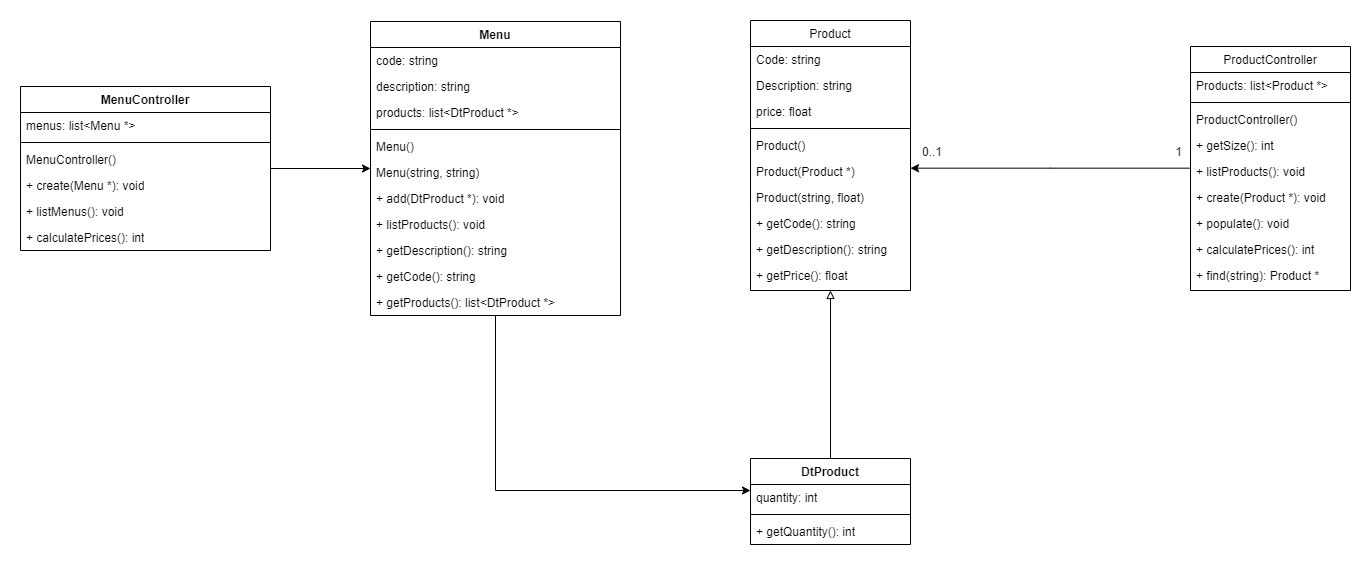
Earlier version of the draw.io export lab3/Doc/Lab3ProgAvanzada.drawio.png (Elias288/Programacion_avanzada_cplusplus). Source tidied: cells renumbered, new cells last; positions are measured from the earlier drawing's top-left corner, leaving out a move shared by most shapes.
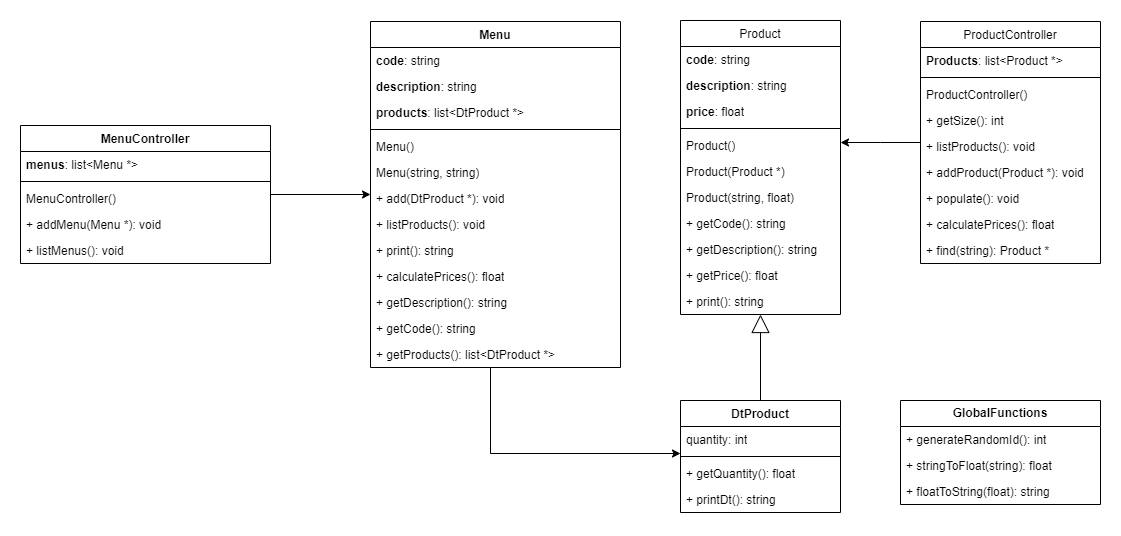
The same file after the commit.

Diff of the diagram source:
```diff
@@ -3,17 +3,17 @@
     <mxCell id="0" />
     <mxCell id="1" parent="0" />
     <mxCell id="2" value="Product" style="swimlane;fontStyle=0;align=center;verticalAlign=top;horizontal=1;startSize=26;rounded=0;shadow=0;strokeWidth=1;" parent="1" vertex="1">
-      <mxGeometry x="730" width="160" height="270" as="geometry" />
+      <mxGeometry x="750" width="160" height="294" as="geometry" />
     </mxCell>
-    <mxCell id="3" value="Code: string" style="text;align=left;verticalAlign=top;spacingLeft=4;spacingRight=4;overflow=hidden;" parent="2" vertex="1">
-      <mxGeometry y="26" width="160" height="26" as="geometry" />
-    </mxCell>
-    <mxCell id="4" value="Description: string" style="text;align=left;verticalAlign=top;spacingLeft=4;spacingRight=4;overflow=hidden;rounded=0;shadow=0;html=0;" parent="2" vertex="1">
-      <mxGeometry y="52" width="160" height="26" as="geometry" />
-    </mxCell>
-    <mxCell id="5" value="price: float" style="text;align=left;verticalAlign=top;spacingLeft=4;spacingRight=4;overflow=hidden;rounded=0;shadow=0;html=0;" parent="2" vertex="1">
-      <mxGeometry y="78" width="160" height="26" as="geometry" />
-    </mxCell>
+    <mxCell id="52" value="&lt;b&gt;code&lt;/b&gt;: string" style="text;strokeColor=none;fillColor=none;align=left;verticalAlign=top;spacingLeft=4;spacingRight=4;overflow=hidden;whiteSpace=wrap;html=1;" parent="2" vertex="1">
+      <mxGeometry y="26" width="160" height="26" as="geometry" />
+    </mxCell>
+    <mxCell id="53" value="&lt;b&gt;description&lt;/b&gt;: string" style="text;strokeColor=none;fillColor=none;align=left;verticalAlign=top;spacingLeft=4;spacingRight=4;overflow=hidden;whiteSpace=wrap;html=1;" parent="2" vertex="1">
+      <mxGeometry y="52" width="160" height="26" as="geometry" />
+    </mxCell>
+    <mxCell id="54" value="&lt;b&gt;price&lt;/b&gt;: float" style="text;strokeColor=none;fillColor=none;align=left;verticalAlign=top;spacingLeft=4;spacingRight=4;overflow=hidden;whiteSpace=wrap;html=1;" parent="2" vertex="1">
+      <mxGeometry y="78" width="160" height="26" as="geometry" />
+    </mxCell>
     <mxCell id="6" style="line;html=1;strokeWidth=1;align=left;verticalAlign=middle;spacingTop=-1;spacingLeft=3;spacingRight=3;labelPosition=right;" parent="2" vertex="1">
       <mxGeometry y="104" width="160" height="8" as="geometry" />
     </mxCell>
@@ -35,68 +35,61 @@
     <mxCell id="12" value="&lt;span style=&quot;text-wrap: nowrap;&quot;&gt;+&amp;nbsp;&lt;/span&gt;getPrice(): float" style="text;strokeColor=none;fillColor=none;align=left;verticalAlign=top;spacingLeft=4;spacingRight=4;overflow=hidden;whiteSpace=wrap;html=1;" parent="2" vertex="1">
       <mxGeometry y="242" width="160" height="26" as="geometry" />
     </mxCell>
+    <mxCell id="55" value="+ print(): string" style="text;strokeColor=none;fillColor=none;align=left;verticalAlign=top;spacingLeft=4;spacingRight=4;overflow=hidden;whiteSpace=wrap;html=1;" parent="2" vertex="1">
+      <mxGeometry y="268" width="160" height="26" as="geometry" />
+    </mxCell>
     <mxCell id="13" value="ProductController" style="swimlane;fontStyle=0;align=center;verticalAlign=top;horizontal=1;startSize=26;rounded=0;shadow=0;strokeWidth=1;" parent="1" vertex="1">
-      <mxGeometry x="1170" y="26" width="160" height="244" as="geometry" />
+      <mxGeometry x="990" y="1" width="180" height="242" as="geometry" />
     </mxCell>
-    <mxCell id="14" value="Products: list&lt;Product *&gt;" style="text;align=left;verticalAlign=top;spacingLeft=4;spacingRight=4;overflow=hidden;" parent="13" vertex="1">
-      <mxGeometry y="26" width="160" height="26" as="geometry" />
-    </mxCell>
+    <mxCell id="56" value="&lt;span style=&quot;font-weight: 700; text-wrap: nowrap;&quot;&gt;Products&lt;/span&gt;&lt;span style=&quot;text-wrap: nowrap;&quot;&gt;: list&amp;lt;Product *&amp;gt;&lt;/span&gt;" style="text;strokeColor=none;fillColor=none;align=left;verticalAlign=top;spacingLeft=4;spacingRight=4;overflow=hidden;whiteSpace=wrap;html=1;" parent="13" vertex="1">
+      <mxGeometry y="26" width="180" height="26" as="geometry" />
+    </mxCell>
     <mxCell id="15" style="line;html=1;strokeWidth=1;align=left;verticalAlign=middle;spacingTop=-1;spacingLeft=3;spacingRight=3;labelPosition=right;" parent="13" vertex="1">
-      <mxGeometry y="52" width="160" height="8" as="geometry" />
+      <mxGeometry y="52" width="180" height="8" as="geometry" />
     </mxCell>
     <mxCell id="16" value="ProductController()" style="text;align=left;verticalAlign=top;spacingLeft=4;spacingRight=4;overflow=hidden;" parent="13" vertex="1">
-      <mxGeometry y="60" width="160" height="26" as="geometry" />
+      <mxGeometry y="60" width="180" height="26" as="geometry" />
     </mxCell>
     <mxCell id="17" value="+ getSize(): int" style="text;align=left;verticalAlign=top;spacingLeft=4;spacingRight=4;overflow=hidden;" parent="13" vertex="1">
-      <mxGeometry y="86" width="160" height="26" as="geometry" />
+      <mxGeometry y="86" width="180" height="26" as="geometry" />
     </mxCell>
     <mxCell id="18" value="+ listProducts(): void" style="text;align=left;verticalAlign=top;spacingLeft=4;spacingRight=4;overflow=hidden;rounded=0;shadow=0;html=0;" parent="13" vertex="1">
-      <mxGeometry y="112" width="160" height="26" as="geometry" />
+      <mxGeometry y="112" width="180" height="26" as="geometry" />
     </mxCell>
-    <mxCell id="19" value="&lt;span style=&quot;text-wrap: nowrap;&quot;&gt;+&amp;nbsp;&lt;/span&gt;create(Product *): void" style="text;strokeColor=none;fillColor=none;align=left;verticalAlign=top;spacingLeft=4;spacingRight=4;overflow=hidden;whiteSpace=wrap;html=1;" parent="13" vertex="1">
-      <mxGeometry y="138" width="160" height="26" as="geometry" />
+    <mxCell id="19" value="&lt;span style=&quot;text-wrap: nowrap;&quot;&gt;+ addProduct&lt;/span&gt;(Product *): void" style="text;strokeColor=none;fillColor=none;align=left;verticalAlign=top;spacingLeft=4;spacingRight=4;overflow=hidden;whiteSpace=wrap;html=1;" parent="13" vertex="1">
+      <mxGeometry y="138" width="180" height="26" as="geometry" />
     </mxCell>
     <mxCell id="20" value="&lt;span style=&quot;text-wrap: nowrap;&quot;&gt;+&amp;nbsp;&lt;/span&gt;populate(): void" style="text;strokeColor=none;fillColor=none;align=left;verticalAlign=top;spacingLeft=4;spacingRight=4;overflow=hidden;whiteSpace=wrap;html=1;" parent="13" vertex="1">
-      <mxGeometry y="164" width="160" height="26" as="geometry" />
+      <mxGeometry y="164" width="180" height="26" as="geometry" />
     </mxCell>
-    <mxCell id="21" value="&lt;span style=&quot;text-wrap: nowrap;&quot;&gt;+&amp;nbsp;&lt;/span&gt;calculatePrices(): int" style="text;strokeColor=none;fillColor=none;align=left;verticalAlign=top;spacingLeft=4;spacingRight=4;overflow=hidden;whiteSpace=wrap;html=1;" parent="13" vertex="1">
-      <mxGeometry y="190" width="160" height="26" as="geometry" />
+    <mxCell id="21" value="&lt;span style=&quot;text-wrap: nowrap;&quot;&gt;+&amp;nbsp;&lt;/span&gt;calculatePrices(): float" style="text;strokeColor=none;fillColor=none;align=left;verticalAlign=top;spacingLeft=4;spacingRight=4;overflow=hidden;whiteSpace=wrap;html=1;" parent="13" vertex="1">
+      <mxGeometry y="190" width="180" height="26" as="geometry" />
     </mxCell>
     <mxCell id="22" value="&lt;span style=&quot;text-wrap: nowrap;&quot;&gt;+&amp;nbsp;&lt;/span&gt;find(string): Product *" style="text;strokeColor=none;fillColor=none;align=left;verticalAlign=top;spacingLeft=4;spacingRight=4;overflow=hidden;whiteSpace=wrap;html=1;" parent="13" vertex="1">
-      <mxGeometry y="216" width="160" height="26" as="geometry" />
+      <mxGeometry y="216" width="180" height="26" as="geometry" />
     </mxCell>
     <mxCell id="23" style="endArrow=none;shadow=0;strokeWidth=1;rounded=0;curved=0;endFill=0;edgeStyle=elbowEdgeStyle;elbow=vertical;startArrow=classic;startFill=1;" parent="1" edge="1" source="2" target="13">
       <mxGeometry x="0.5" y="41" relative="1" as="geometry">
         <mxPoint x="-40" y="32" as="offset" />
       </mxGeometry>
     </mxCell>
-    <mxCell id="24" value="0..1" style="align=left;verticalAlign=bottom;labelBackgroundColor=none;fontSize=12;" parent="23" vertex="1">
-      <mxGeometry x="-1" relative="1" as="geometry">
-        <mxPoint x="10" y="-8" as="offset" />
-      </mxGeometry>
-    </mxCell>
-    <mxCell id="25" value="1" style="align=right;verticalAlign=bottom;labelBackgroundColor=none;fontSize=12;" parent="23" vertex="1">
-      <mxGeometry x="1" relative="1" as="geometry">
-        <mxPoint x="-7" y="-8" as="offset" />
-      </mxGeometry>
-    </mxCell>
     <mxCell id="26" style="edgeStyle=orthogonalEdgeStyle;rounded=0;jettySize=auto;html=1;" parent="1" edge="1" source="27" target="40">
       <mxGeometry relative="1" as="geometry">
         <Array as="points">
-          <mxPoint x="475" y="470" />
+          <mxPoint x="560" y="433" />
         </Array>
       </mxGeometry>
     </mxCell>
     <mxCell id="27" value="Menu" style="swimlane;fontStyle=1;align=center;verticalAlign=top;horizontal=1;startSize=26;whiteSpace=wrap;html=1;" parent="1" vertex="1">
-      <mxGeometry x="350" y="1" width="250" height="294" as="geometry" />
+      <mxGeometry x="440" y="1" width="250" height="346" as="geometry" />
     </mxCell>
-    <mxCell id="28" value="code: string" style="text;strokeColor=none;fillColor=none;align=left;verticalAlign=top;spacingLeft=4;spacingRight=4;overflow=hidden;whiteSpace=wrap;html=1;" parent="27" vertex="1">
+    <mxCell id="28" value="&lt;b&gt;code&lt;/b&gt;: string" style="text;strokeColor=none;fillColor=none;align=left;verticalAlign=top;spacingLeft=4;spacingRight=4;overflow=hidden;whiteSpace=wrap;html=1;" parent="27" vertex="1">
       <mxGeometry y="26" width="250" height="26" as="geometry" />
     </mxCell>
-    <mxCell id="29" value="description: string" style="text;strokeColor=none;fillColor=none;align=left;verticalAlign=top;spacingLeft=4;spacingRight=4;overflow=hidden;whiteSpace=wrap;html=1;" parent="27" vertex="1">
+    <mxCell id="29" value="&lt;b&gt;description&lt;/b&gt;: string" style="text;strokeColor=none;fillColor=none;align=left;verticalAlign=top;spacingLeft=4;spacingRight=4;overflow=hidden;whiteSpace=wrap;html=1;" parent="27" vertex="1">
       <mxGeometry y="52" width="250" height="26" as="geometry" />
     </mxCell>
-    <mxCell id="30" value="products: list&amp;lt;DtProduct *&amp;gt;" style="text;strokeColor=none;fillColor=none;align=left;verticalAlign=top;spacingLeft=4;spacingRight=4;overflow=hidden;whiteSpace=wrap;html=1;" parent="27" vertex="1">
+    <mxCell id="30" value="&lt;b&gt;products&lt;/b&gt;: list&amp;lt;DtProduct *&amp;gt;" style="text;strokeColor=none;fillColor=none;align=left;verticalAlign=top;spacingLeft=4;spacingRight=4;overflow=hidden;whiteSpace=wrap;html=1;" parent="27" vertex="1">
       <mxGeometry y="78" width="250" height="26" as="geometry" />
     </mxCell>
     <mxCell id="31" style="line;strokeWidth=1;fillColor=none;align=left;verticalAlign=middle;spacingTop=-1;spacingLeft=3;spacingRight=3;labelPosition=right;strokeColor=inherit;" parent="27" vertex="1">
@@ -114,20 +107,26 @@
     <mxCell id="35" value="+ listProducts(): void&amp;nbsp;" style="text;strokeColor=none;fillColor=none;align=left;verticalAlign=top;spacingLeft=4;spacingRight=4;overflow=hidden;whiteSpace=wrap;html=1;" parent="27" vertex="1">
       <mxGeometry y="190" width="250" height="26" as="geometry" />
     </mxCell>
+    <mxCell id="57" value="+ print(): string" style="text;strokeColor=none;fillColor=none;align=left;verticalAlign=top;spacingLeft=4;spacingRight=4;overflow=hidden;whiteSpace=wrap;html=1;" parent="27" vertex="1">
+      <mxGeometry y="216" width="250" height="26" as="geometry" />
+    </mxCell>
+    <mxCell id="51" value="+ calculatePrices(): float" style="text;strokeColor=none;fillColor=none;align=left;verticalAlign=top;spacingLeft=4;spacingRight=4;overflow=hidden;whiteSpace=wrap;html=1;" parent="27" vertex="1">
+      <mxGeometry y="242" width="250" height="26" as="geometry" />
+    </mxCell>
     <mxCell id="36" value="+ getDescription(): string" style="text;strokeColor=none;fillColor=none;align=left;verticalAlign=top;spacingLeft=4;spacingRight=4;overflow=hidden;whiteSpace=wrap;html=1;" parent="27" vertex="1">
-      <mxGeometry y="216" width="250" height="26" as="geometry" />
+      <mxGeometry y="268" width="250" height="26" as="geometry" />
     </mxCell>
     <mxCell id="37" value="+ getCode(): string" style="text;strokeColor=none;fillColor=none;align=left;verticalAlign=top;spacingLeft=4;spacingRight=4;overflow=hidden;whiteSpace=wrap;html=1;" parent="27" vertex="1">
-      <mxGeometry y="242" width="250" height="26" as="geometry" />
+      <mxGeometry y="294" width="250" height="26" as="geometry" />
     </mxCell>
     <mxCell id="38" value="+ getProducts(): list&amp;lt;DtProduct *&amp;gt;" style="text;strokeColor=none;fillColor=none;align=left;verticalAlign=top;spacingLeft=4;spacingRight=4;overflow=hidden;whiteSpace=wrap;html=1;" parent="27" vertex="1">
-      <mxGeometry y="268" width="250" height="26" as="geometry" />
+      <mxGeometry y="320" width="250" height="26" as="geometry" />
     </mxCell>
-    <mxCell id="39" style="edgeStyle=orthogonalEdgeStyle;rounded=0;jettySize=auto;html=1;endArrow=block;endFill=0;" parent="1" edge="1" source="40" target="2">
+    <mxCell id="39" style="edgeStyle=orthogonalEdgeStyle;rounded=0;jettySize=auto;html=1;endArrow=block;endFill=0;endSize=16;" parent="1" edge="1" source="40" target="2">
       <mxGeometry relative="1" as="geometry" />
     </mxCell>
     <mxCell id="40" value="DtProduct" style="swimlane;fontStyle=1;align=center;verticalAlign=top;horizontal=1;startSize=26;whiteSpace=wrap;html=1;" parent="1" vertex="1">
-      <mxGeometry x="730" y="438" width="160" height="86" as="geometry" />
+      <mxGeometry x="750" y="380" width="160" height="112" as="geometry" />
     </mxCell>
     <mxCell id="41" value="quantity: int" style="text;strokeColor=none;fillColor=none;align=left;verticalAlign=top;spacingLeft=4;spacingRight=4;overflow=hidden;whiteSpace=wrap;html=1;" parent="40" vertex="1">
       <mxGeometry y="26" width="160" height="26" as="geometry" />
@@ -135,16 +134,19 @@
     <mxCell id="42" style="line;strokeWidth=1;fillColor=none;align=left;verticalAlign=middle;spacingTop=-1;spacingLeft=3;spacingRight=3;labelPosition=right;strokeColor=inherit;" parent="40" vertex="1">
       <mxGeometry y="52" width="160" height="8" as="geometry" />
     </mxCell>
-    <mxCell id="43" value="+ getQuantity(): int" style="text;strokeColor=none;fillColor=none;align=left;verticalAlign=top;spacingLeft=4;spacingRight=4;overflow=hidden;whiteSpace=wrap;html=1;" parent="40" vertex="1">
+    <mxCell id="43" value="+ getQuantity(): float" style="text;strokeColor=none;fillColor=none;align=left;verticalAlign=top;spacingLeft=4;spacingRight=4;overflow=hidden;whiteSpace=wrap;html=1;" parent="40" vertex="1">
       <mxGeometry y="60" width="160" height="26" as="geometry" />
     </mxCell>
+    <mxCell id="58" value="+ printDt(): string" style="text;strokeColor=none;fillColor=none;align=left;verticalAlign=top;spacingLeft=4;spacingRight=4;overflow=hidden;whiteSpace=wrap;html=1;" parent="40" vertex="1">
+      <mxGeometry y="86" width="160" height="26" as="geometry" />
+    </mxCell>
     <mxCell id="44" style="edgeStyle=orthogonalEdgeStyle;rounded=0;jettySize=auto;html=1;" parent="1" edge="1" source="45" target="27">
       <mxGeometry relative="1" as="geometry" />
     </mxCell>
     <mxCell id="45" value="MenuController" style="swimlane;fontStyle=1;align=center;verticalAlign=top;horizontal=1;startSize=26;whiteSpace=wrap;html=1;" parent="1" vertex="1">
-      <mxGeometry y="66" width="250" height="164" as="geometry" />
+      <mxGeometry x="90" y="105" width="250" height="138" as="geometry" />
     </mxCell>
-    <mxCell id="46" value="menus: list&amp;lt;Menu *&amp;gt;" style="text;strokeColor=none;fillColor=none;align=left;verticalAlign=top;spacingLeft=4;spacingRight=4;overflow=hidden;whiteSpace=wrap;html=1;" parent="45" vertex="1">
+    <mxCell id="46" value="&lt;b&gt;menus&lt;/b&gt;: list&amp;lt;Menu *&amp;gt;" style="text;strokeColor=none;fillColor=none;align=left;verticalAlign=top;spacingLeft=4;spacingRight=4;overflow=hidden;whiteSpace=wrap;html=1;" parent="45" vertex="1">
       <mxGeometry y="26" width="250" height="26" as="geometry" />
     </mxCell>
     <mxCell id="47" style="line;strokeWidth=1;fillColor=none;align=left;verticalAlign=middle;spacingTop=-1;spacingLeft=3;spacingRight=3;labelPosition=right;strokeColor=inherit;" parent="45" vertex="1">
@@ -153,14 +155,23 @@
     <mxCell id="48" value="MenuController()" style="text;strokeColor=none;fillColor=none;align=left;verticalAlign=top;spacingLeft=4;spacingRight=4;overflow=hidden;whiteSpace=wrap;html=1;" parent="45" vertex="1">
       <mxGeometry y="60" width="250" height="26" as="geometry" />
     </mxCell>
-    <mxCell id="49" value="&lt;span style=&quot;text-wrap: nowrap;&quot;&gt;+&amp;nbsp;&lt;/span&gt;create(Menu *): void" style="text;strokeColor=none;fillColor=none;align=left;verticalAlign=top;spacingLeft=4;spacingRight=4;overflow=hidden;whiteSpace=wrap;html=1;" parent="45" vertex="1">
+    <mxCell id="49" value="&lt;span style=&quot;text-wrap: nowrap;&quot;&gt;+&amp;nbsp;&lt;/span&gt;addMenu(Menu *): void" style="text;strokeColor=none;fillColor=none;align=left;verticalAlign=top;spacingLeft=4;spacingRight=4;overflow=hidden;whiteSpace=wrap;html=1;" parent="45" vertex="1">
       <mxGeometry y="86" width="250" height="26" as="geometry" />
     </mxCell>
     <mxCell id="50" value="+ listMenus(): void&amp;nbsp;" style="text;strokeColor=none;fillColor=none;align=left;verticalAlign=top;spacingLeft=4;spacingRight=4;overflow=hidden;whiteSpace=wrap;html=1;" parent="45" vertex="1">
       <mxGeometry y="112" width="250" height="26" as="geometry" />
     </mxCell>
-    <mxCell id="51" value="+ calculatePrices(): int" style="text;strokeColor=none;fillColor=none;align=left;verticalAlign=top;spacingLeft=4;spacingRight=4;overflow=hidden;whiteSpace=wrap;html=1;" parent="45" vertex="1">
-      <mxGeometry y="138" width="250" height="26" as="geometry" />
-    </mxCell>
+    <mxCell id="59" value="&lt;b&gt;GlobalFunctions&lt;/b&gt;" style="swimlane;fontStyle=0;horizontal=1;startSize=26;fillColor=none;whiteSpace=wrap;html=1;" parent="1" vertex="1">
+      <mxGeometry x="970" y="380" width="200" height="104" as="geometry" />
+    </mxCell>
+    <mxCell id="60" value="+ generateRandomId(): int" style="text;strokeColor=none;fillColor=none;align=left;verticalAlign=top;spacingLeft=4;spacingRight=4;overflow=hidden;whiteSpace=wrap;html=1;" parent="59" vertex="1">
+      <mxGeometry y="26" width="200" height="26" as="geometry" />
+    </mxCell>
+    <mxCell id="61" value="+ stringToFloat(string): float" style="text;strokeColor=none;fillColor=none;align=left;verticalAlign=top;spacingLeft=4;spacingRight=4;overflow=hidden;whiteSpace=wrap;html=1;" parent="59" vertex="1">
+      <mxGeometry y="52" width="200" height="26" as="geometry" />
+    </mxCell>
+    <mxCell id="62" value="+ floatToString(float): string" style="text;strokeColor=none;fillColor=none;align=left;verticalAlign=top;spacingLeft=4;spacingRight=4;overflow=hidden;whiteSpace=wrap;html=1;" parent="59" vertex="1">
+      <mxGeometry y="78" width="200" height="26" as="geometry" />
+    </mxCell>
   </root>
 </mxGraphModel>
```
